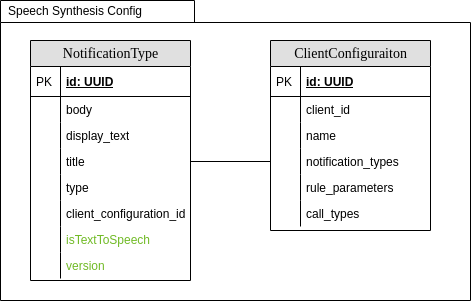
Earlier version of the draw.io export src/graphics/diagramms/erd_t2s_v01.drawio.png (jsvilling/IP6_Bachelorarbeit_Bericht_Cloudbasiertes_Praxisrufsystem). Source tidied: cells renumbered, new cells last; positions are measured from the earlier drawing's top-left corner, leaving out a move shared by most shapes.
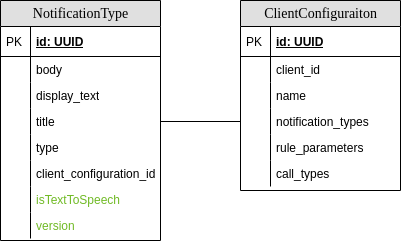
Above is the later version.

What changed in the source:
```diff
@@ -2,9 +2,6 @@
   <root>
     <mxCell id="0" />
     <mxCell id="1" parent="0" />
-    <mxCell id="2" style="shape=folder;fontStyle=1;spacingTop=10;tabWidth=194;tabHeight=22;tabPosition=left;html=1;rounded=0;shadow=0;comic=0;labelBackgroundColor=none;strokeWidth=1;fillColor=none;fontFamily=Verdana;fontSize=10;align=center;" parent="1" vertex="1">
-      <mxGeometry width="470" height="300" as="geometry" />
-    </mxCell>
     <mxCell id="3" value="ClientConfiguraiton" style="swimlane;html=1;fontStyle=0;horizontal=1;startSize=26;fillColor=#e0e0e0;swimlaneFillColor=#ffffff;align=center;rounded=0;shadow=0;comic=0;labelBackgroundColor=none;strokeWidth=1;fontFamily=Verdana;fontSize=14;" parent="1" vertex="1">
       <mxGeometry x="270" y="40" width="160" height="190" as="geometry" />
     </mxCell>
@@ -95,9 +92,6 @@
     <mxCell id="32" style="shape=partialRectangle;top=0;left=0;bottom=0;html=1;fillColor=none;align=left;verticalAlign=top;spacingLeft=4;spacingRight=4;whiteSpace=wrap;overflow=hidden;" parent="31" vertex="1">
       <mxGeometry width="30" height="26" as="geometry" />
     </mxCell>
-    <mxCell id="33" value="Speech Synthesis Config" style="text;html=1;strokeColor=none;fillColor=none;align=center;verticalAlign=middle;whiteSpace=wrap;rounded=0;" parent="1" vertex="1">
-      <mxGeometry width="150" height="20" as="geometry" />
-    </mxCell>
     <mxCell id="34" style="endArrow=none;html=1;rounded=0;exitX=1;exitY=0.5;exitDx=0;exitDy=0;entryX=0;entryY=0.5;entryDx=0;entryDy=0;" parent="1" edge="1" source="23" target="10">
       <mxGeometry relative="1" as="geometry" />
     </mxCell>
```
